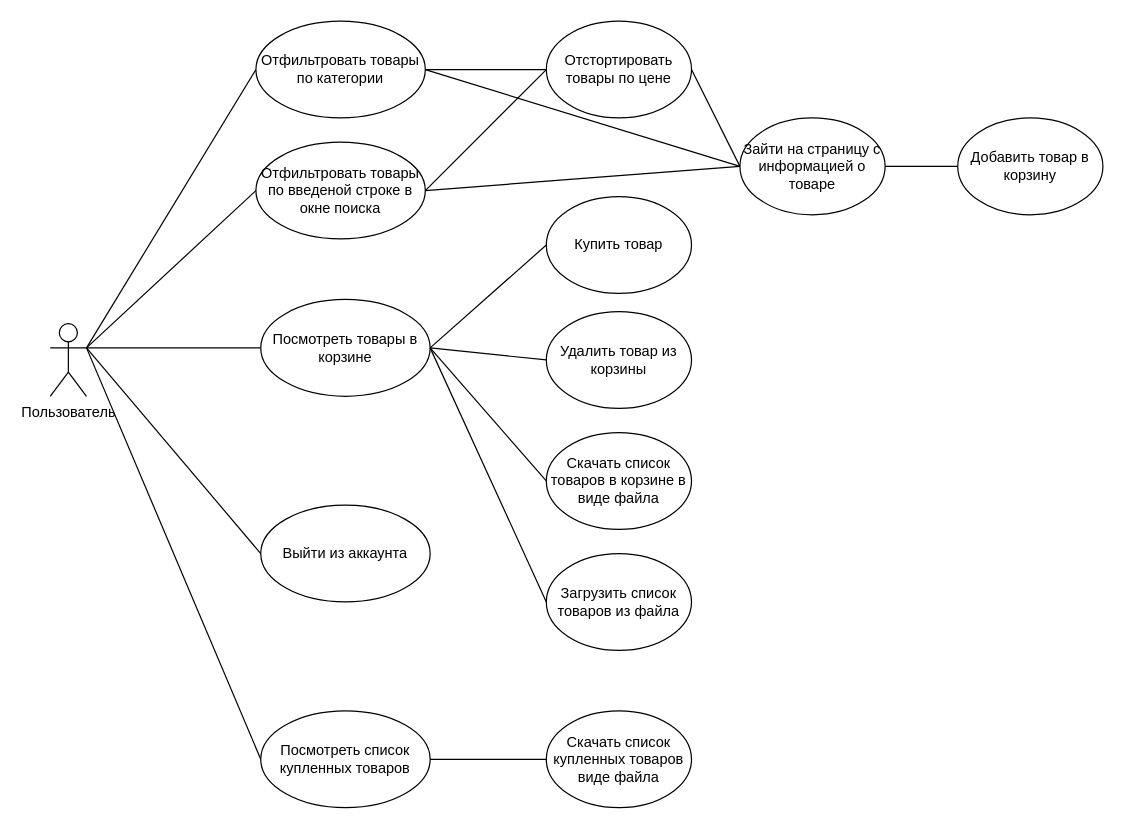
Vasyaslav/Leshchinskii-web-dev-course-2024-2 keeps this draw.io diagram as Диаграмма вариантов использования пользователя.drawio. Above is the earlier version. Source tidied: cells renumbered, new cells numbered last; positions are measured from the earlier drawing's top-left corner, leaving out a move shared by most shapes. Both pictures are drawn from the tidied source at 121%, with x=0, y=0 at pixel (50, 21).
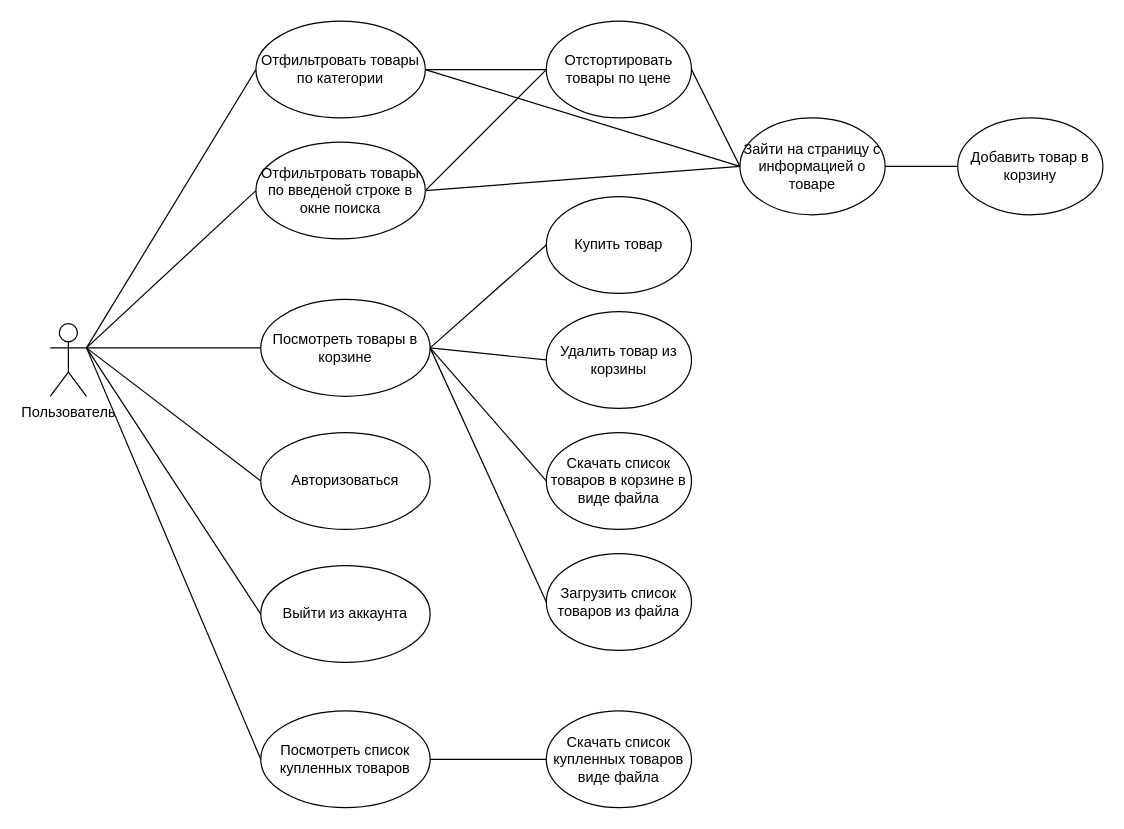
Above is the later version.

Unchanged cells that the change refers to:
```xml
<mxCell id="2" value="Пользователь" style="shape=umlActor;verticalLabelPosition=bottom;verticalAlign=top;html=1;outlineConnect=0;" parent="1" vertex="1">
  <mxGeometry y="250" width="30" height="60" as="geometry" />
</mxCell>
```

Diff of the diagram source:
```diff
@@
-    <mxCell id="21" value="Выйти из аккаунта" style="ellipse;whiteSpace=wrap;html=1;" parent="1" vertex="1">
-      <mxGeometry x="174" y="400" width="140" height="80" as="geometry" />
+    <mxCell id="21" value="Авторизоваться" style="ellipse;whiteSpace=wrap;html=1;" parent="1" vertex="1">
+      <mxGeometry x="174" y="340" width="140" height="80" as="geometry" />
     </mxCell>
@@
+    <mxCell id="32" style="endArrow=none;html=1;rounded=0;entryX=0;entryY=0.5;entryDx=0;entryDy=0;exitX=1;exitY=0.3333333333333333;exitDx=0;exitDy=0;exitPerimeter=0;" parent="1" edge="1" source="2" target="33">
+      <mxGeometry relative="1" as="geometry" />
+    </mxCell>
+    <mxCell id="33" value="Выйти из аккаунта" style="ellipse;whiteSpace=wrap;html=1;" parent="1" vertex="1">
+      <mxGeometry x="174" y="450" width="140" height="80" as="geometry" />
+    </mxCell>
```
